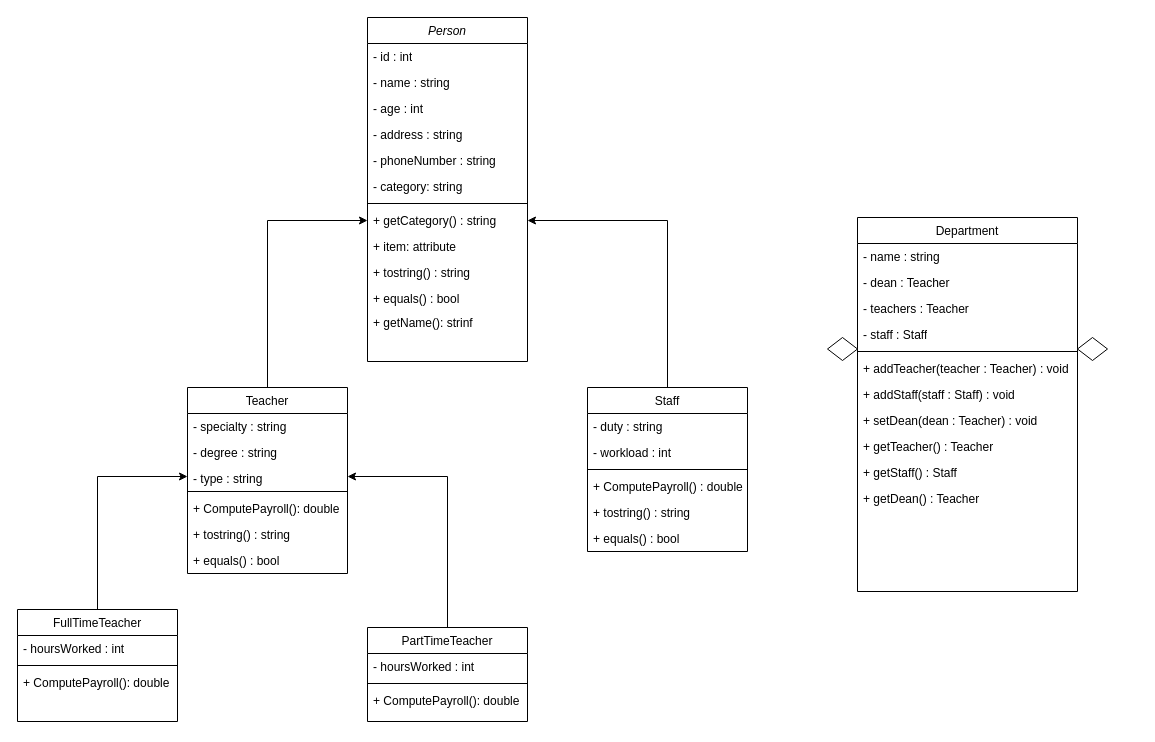
Earlier version of the draw.io diagram UML Diagram.drawio (WilliamAbrokwah/GitHub-Test). Source tidied: cells renumbered, new cells numbered last; positions are measured from the earlier drawing's top-left corner, leaving out a move shared by most shapes. Both pictures are drawn from the tidied source at 100%, with x=0, y=0 at pixel (17, 17).
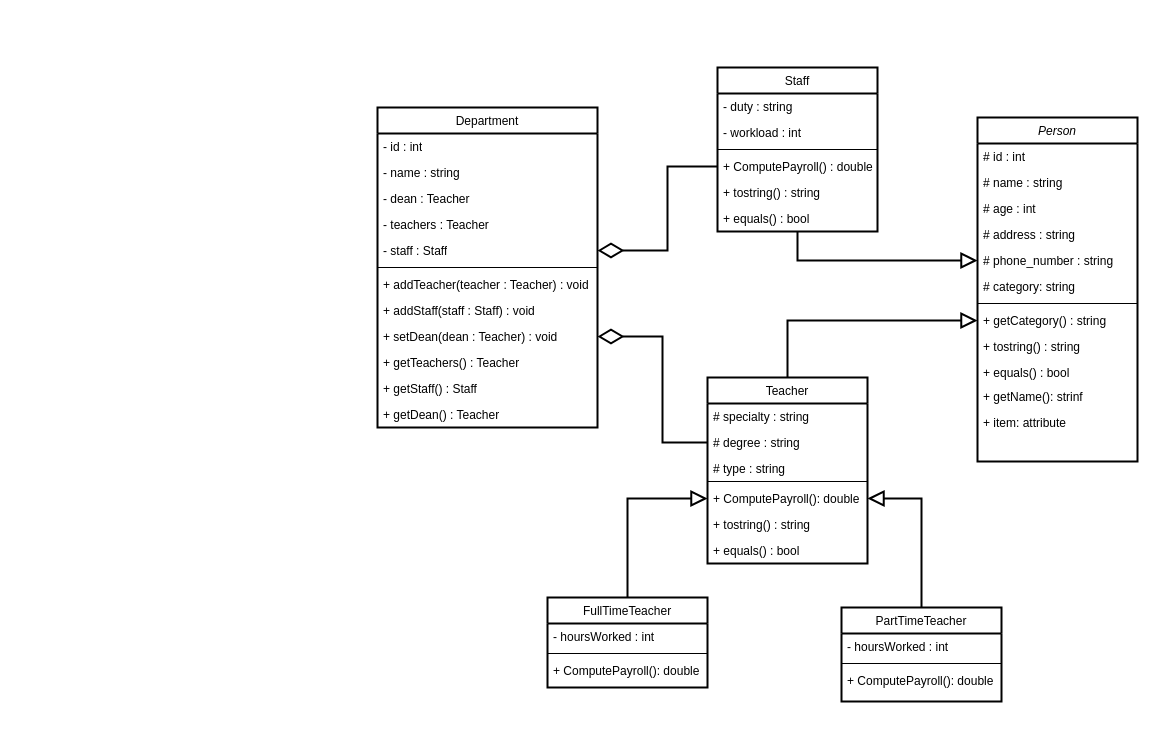
The same page after the edit.

The change refers to these unchanged cells:
```xml
<mxCell id="10" value="+ getCategory() : string" style="text;strokeColor=none;fillColor=none;align=left;verticalAlign=top;spacingLeft=4;spacingRight=4;overflow=hidden;points=[[0,0.5],[1,0.5]];portConstraint=eastwest;whiteSpace=wrap;html=1;" parent="2" vertex="1">
  <mxGeometry y="190" width="160" height="26" as="geometry" />
</mxCell>
<mxCell id="21" value="+ ComputePayroll(): double" style="text;align=left;verticalAlign=top;spacingLeft=4;spacingRight=4;overflow=hidden;points=[[0,0.5],[1,0.5]];portConstraint=eastwest;" parent="16" vertex="1">
  <mxGeometry y="108" width="160" height="26" as="geometry" />
</mxCell>
<mxCell id="29" value="+ ComputePayroll() : double" style="text;strokeColor=none;fillColor=none;align=left;verticalAlign=top;spacingLeft=4;spacingRight=4;overflow=hidden;points=[[0,0.5],[1,0.5]];portConstraint=eastwest;whiteSpace=wrap;html=1;" parent="25" vertex="1">
  <mxGeometry y="86" width="160" height="26" as="geometry" />
</mxCell>
```

The edit, as a diff of the source:
```diff
@@
-    <mxCell id="2" value="Person" style="swimlane;fontStyle=2;align=center;verticalAlign=top;horizontal=1;startSize=26;rounded=0;shadow=0;strokeWidth=1;" parent="1" vertex="1">
-      <mxGeometry x="350" width="160" height="344" as="geometry" />
+    <mxCell id="2" value="Person" style="swimlane;fontStyle=2;align=center;verticalAlign=top;horizontal=1;startSize=26;rounded=0;shadow=0;strokeWidth=2;" parent="1" vertex="1">
+      <mxGeometry x="960" y="100" width="160" height="344" as="geometry" />
     </mxCell>
-    <mxCell id="3" value="- id : int" style="text;strokeColor=none;fillColor=none;align=left;verticalAlign=top;spacingLeft=4;spacingRight=4;overflow=hidden;whiteSpace=wrap;html=1;" parent="2" vertex="1">
+    <mxCell id="3" value="# id : int" style="text;strokeColor=none;fillColor=none;align=left;verticalAlign=top;spacingLeft=4;spacingRight=4;overflow=hidden;whiteSpace=wrap;html=1;" parent="2" vertex="1">
       <mxGeometry y="26" width="160" height="26" as="geometry" />
     </mxCell>
-    <mxCell id="4" value="- name : string" style="text;align=left;verticalAlign=top;spacingLeft=4;spacingRight=4;overflow=hidden;" parent="2" vertex="1">
+    <mxCell id="4" value="# name : string" style="text;align=left;verticalAlign=top;spacingLeft=4;spacingRight=4;overflow=hidden;" parent="2" vertex="1">
       <mxGeometry y="52" width="160" height="26" as="geometry" />
     </mxCell>
-    <mxCell id="5" value="- age : int" style="text;align=left;verticalAlign=top;spacingLeft=4;spacingRight=4;overflow=hidden;rounded=0;shadow=0;html=0;" parent="2" vertex="1">
+    <mxCell id="5" value="# age : int" style="text;align=left;verticalAlign=top;spacingLeft=4;spacingRight=4;overflow=hidden;rounded=0;shadow=0;html=0;" parent="2" vertex="1">
       <mxGeometry y="78" width="160" height="26" as="geometry" />
     </mxCell>
-    <mxCell id="6" value="- address : string" style="text;align=left;verticalAlign=top;spacingLeft=4;spacingRight=4;overflow=hidden;rounded=0;shadow=0;html=0;" parent="2" vertex="1">
+    <mxCell id="6" value="# address : string" style="text;align=left;verticalAlign=top;spacingLeft=4;spacingRight=4;overflow=hidden;rounded=0;shadow=0;html=0;" parent="2" vertex="1">
       <mxGeometry y="104" width="160" height="26" as="geometry" />
     </mxCell>
-    <mxCell id="7" value="- phoneNumber : string" style="text;strokeColor=none;fillColor=none;align=left;verticalAlign=top;spacingLeft=4;spacingRight=4;overflow=hidden;points=[[0,0.5],[1,0.5]];portConstraint=eastwest;whiteSpace=wrap;html=1;" parent="2" vertex="1">
+    <mxCell id="7" value="# phone_number : string" style="text;strokeColor=none;fillColor=none;align=left;verticalAlign=top;spacingLeft=4;spacingRight=4;overflow=hidden;points=[[0,0.5],[1,0.5]];portConstraint=eastwest;whiteSpace=wrap;html=1;" parent="2" vertex="1">
       <mxGeometry y="130" width="160" height="26" as="geometry" />
     </mxCell>
-    <mxCell id="8" value="- category: string" style="text;strokeColor=none;fillColor=none;align=left;verticalAlign=top;spacingLeft=4;spacingRight=4;overflow=hidden;whiteSpace=wrap;html=1;" parent="2" vertex="1">
+    <mxCell id="8" value="# category: string" style="text;strokeColor=none;fillColor=none;align=left;verticalAlign=top;spacingLeft=4;spacingRight=4;overflow=hidden;whiteSpace=wrap;html=1;" parent="2" vertex="1">
       <mxGeometry y="156" width="160" height="26" as="geometry" />
     </mxCell>
@@
-    <mxCell id="11" value="+ item: attribute" style="text;strokeColor=none;fillColor=none;align=left;verticalAlign=top;spacingLeft=4;spacingRight=4;overflow=hidden;whiteSpace=wrap;html=1;" parent="2" vertex="1">
-      <mxGeometry y="216" width="160" height="26" as="geometry" />
-    </mxCell>
     <mxCell id="12" value="+ tostring() : string" style="text;align=left;verticalAlign=top;spacingLeft=4;spacingRight=4;overflow=hidden;" parent="2" vertex="1">
-      <mxGeometry y="242" width="160" height="26" as="geometry" />
+      <mxGeometry y="216" width="160" height="26" as="geometry" />
     </mxCell>
     <mxCell id="13" value="+ equals() : bool" style="text;strokeColor=none;fillColor=none;align=left;verticalAlign=top;spacingLeft=4;spacingRight=4;overflow=hidden;whiteSpace=wrap;html=1;" parent="2" vertex="1">
-      <mxGeometry y="268" width="160" height="24" as="geometry" />
+      <mxGeometry y="242" width="160" height="24" as="geometry" />
     </mxCell>
     <mxCell id="14" value="+ getName(): strinf" style="text;strokeColor=none;fillColor=none;align=left;verticalAlign=top;spacingLeft=4;spacingRight=4;overflow=hidden;whiteSpace=wrap;html=1;" parent="2" vertex="1">
-      <mxGeometry y="292" width="160" height="26" as="geometry" />
+      <mxGeometry y="266" width="160" height="26" as="geometry" />
     </mxCell>
+    <mxCell id="11" value="+ item: attribute" style="text;strokeColor=none;fillColor=none;align=left;verticalAlign=top;spacingLeft=4;spacingRight=4;overflow=hidden;whiteSpace=wrap;html=1;" parent="2" vertex="1">
+      <mxGeometry y="292" width="160" height="26" as="geometry" />
+    </mxCell>
-    <mxCell id="15" style="edgeStyle=orthogonalEdgeStyle;rounded=0;jettySize=auto;html=1;entryX=0;entryY=0.5;entryDx=0;entryDy=0;" parent="1" edge="1" source="16" target="10">
+    <mxCell id="15" style="edgeStyle=orthogonalEdgeStyle;rounded=0;jettySize=auto;html=1;entryX=0;entryY=0.5;entryDx=0;entryDy=0;strokeWidth=2;endSize=12;endArrow=block;endFill=0;" parent="1" edge="1" source="16" target="10">
       <mxGeometry relative="1" as="geometry" />
     </mxCell>
-    <mxCell id="16" value="Teacher" style="swimlane;fontStyle=0;align=center;verticalAlign=top;horizontal=1;startSize=26;rounded=0;shadow=0;strokeWidth=1;" parent="1" vertex="1">
-      <mxGeometry x="170" y="370" width="160" height="186" as="geometry" />
+    <mxCell id="16" value="Teacher" style="swimlane;fontStyle=0;align=center;verticalAlign=top;horizontal=1;startSize=26;rounded=0;shadow=0;strokeWidth=2;" parent="1" vertex="1">
+      <mxGeometry x="690" y="360" width="160" height="186" as="geometry" />
     </mxCell>
-    <mxCell id="17" value="- specialty : string" style="text;align=left;verticalAlign=top;spacingLeft=4;spacingRight=4;overflow=hidden;" parent="16" vertex="1">
+    <mxCell id="17" value="# specialty : string" style="text;align=left;verticalAlign=top;spacingLeft=4;spacingRight=4;overflow=hidden;" parent="16" vertex="1">
       <mxGeometry y="26" width="160" height="26" as="geometry" />
     </mxCell>
-    <mxCell id="18" value="- degree : string" style="text;align=left;verticalAlign=top;spacingLeft=4;spacingRight=4;overflow=hidden;points=[[0,0.5],[1,0.5]];portConstraint=eastwest;rounded=0;shadow=0;html=0;" parent="16" vertex="1">
+    <mxCell id="18" value="# degree : string" style="text;align=left;verticalAlign=top;spacingLeft=4;spacingRight=4;overflow=hidden;points=[[0,0.5],[1,0.5]];portConstraint=eastwest;rounded=0;shadow=0;html=0;" parent="16" vertex="1">
       <mxGeometry y="52" width="160" height="26" as="geometry" />
     </mxCell>
-    <mxCell id="19" value="- type : string" style="text;strokeColor=none;fillColor=none;align=left;verticalAlign=top;spacingLeft=4;spacingRight=4;overflow=hidden;points=[[0,0.5],[1,0.5]];portConstraint=eastwest;whiteSpace=wrap;html=1;" parent="16" vertex="1">
+    <mxCell id="19" value="# type : string" style="text;strokeColor=none;fillColor=none;align=left;verticalAlign=top;spacingLeft=4;spacingRight=4;overflow=hidden;points=[[0,0.5],[1,0.5]];portConstraint=eastwest;whiteSpace=wrap;html=1;" parent="16" vertex="1">
       <mxGeometry y="78" width="160" height="22" as="geometry" />
     </mxCell>
@@
-    <mxCell id="24" style="edgeStyle=orthogonalEdgeStyle;rounded=0;jettySize=auto;html=1;entryX=1;entryY=0.5;entryDx=0;entryDy=0;" parent="1" edge="1" source="25" target="10">
-      <mxGeometry relative="1" as="geometry" />
-    </mxCell>
+    <mxCell id="56" style="edgeStyle=orthogonalEdgeStyle;rounded=0;jettySize=auto;html=1;strokeWidth=2;endSize=12;endArrow=block;endFill=0;" parent="1" edge="1" source="25" target="7">
+      <mxGeometry relative="1" as="geometry" />
+    </mxCell>
-    <mxCell id="25" value="Staff" style="swimlane;fontStyle=0;align=center;verticalAlign=top;horizontal=1;startSize=26;rounded=0;shadow=0;strokeWidth=1;" parent="1" vertex="1">
-      <mxGeometry x="570" y="370" width="160" height="164" as="geometry" />
+    <mxCell id="25" value="Staff" style="swimlane;fontStyle=0;align=center;verticalAlign=top;horizontal=1;startSize=26;rounded=0;shadow=0;strokeWidth=2;" parent="1" vertex="1">
+      <mxGeometry x="700" y="50" width="160" height="164" as="geometry" />
     </mxCell>
@@
-    <mxCell id="32" value="Department" style="swimlane;fontStyle=0;align=center;verticalAlign=top;horizontal=1;startSize=26;rounded=0;shadow=0;strokeWidth=1;" parent="1" vertex="1">
-      <mxGeometry x="840" y="200" width="220" height="374" as="geometry" />
+    <mxCell id="32" value="Department" style="swimlane;fontStyle=0;align=center;verticalAlign=top;horizontal=1;startSize=26;rounded=0;shadow=0;strokeWidth=2;" parent="1" vertex="1">
+      <mxGeometry x="360" y="90" width="220" height="320" as="geometry" />
     </mxCell>
+    <mxCell id="57" value="- id : int" style="text;strokeColor=none;fillColor=none;align=left;verticalAlign=top;spacingLeft=4;spacingRight=4;overflow=hidden;whiteSpace=wrap;html=1;" parent="32" vertex="1">
+      <mxGeometry y="26" width="220" height="26" as="geometry" />
+    </mxCell>
     <mxCell id="33" value="- name : string" style="text;strokeColor=none;fillColor=none;align=left;verticalAlign=top;spacingLeft=4;spacingRight=4;overflow=hidden;whiteSpace=wrap;html=1;" parent="32" vertex="1">
-      <mxGeometry y="26" width="220" height="26" as="geometry" />
+      <mxGeometry y="52" width="220" height="26" as="geometry" />
     </mxCell>
     <mxCell id="34" value="- dean : Teacher" style="text;align=left;verticalAlign=top;spacingLeft=4;spacingRight=4;overflow=hidden;rounded=0;shadow=0;html=0;" parent="32" vertex="1">
-      <mxGeometry y="52" width="220" height="26" as="geometry" />
+      <mxGeometry y="78" width="220" height="26" as="geometry" />
     </mxCell>
     <mxCell id="35" value="- teachers : Teacher" style="text;strokeColor=none;fillColor=none;align=left;verticalAlign=top;spacingLeft=4;spacingRight=4;overflow=hidden;whiteSpace=wrap;html=1;" parent="32" vertex="1">
-      <mxGeometry y="78" width="220" height="26" as="geometry" />
+      <mxGeometry y="104" width="220" height="26" as="geometry" />
     </mxCell>
     <mxCell id="36" value="- staff : Staff" style="text;strokeColor=none;fillColor=none;align=left;verticalAlign=top;spacingLeft=4;spacingRight=4;overflow=hidden;points=[[0,0.5],[1,0.5]];portConstraint=eastwest;whiteSpace=wrap;html=1;" parent="32" vertex="1">
-      <mxGeometry y="104" width="220" height="26" as="geometry" />
+      <mxGeometry y="130" width="220" height="26" as="geometry" />
     </mxCell>
     <mxCell id="37" style="line;html=1;strokeWidth=1;align=left;verticalAlign=middle;spacingTop=-1;spacingLeft=3;spacingRight=3;labelPosition=right;" parent="32" vertex="1">
-      <mxGeometry y="130" width="220" height="8" as="geometry" />
+      <mxGeometry y="156" width="220" height="8" as="geometry" />
     </mxCell>
     <mxCell id="38" value="+ addTeacher(teacher : Teacher) : void" style="text;align=left;verticalAlign=top;spacingLeft=4;spacingRight=4;overflow=hidden;" parent="32" vertex="1">
-      <mxGeometry y="138" width="220" height="26" as="geometry" />
+      <mxGeometry y="164" width="220" height="26" as="geometry" />
     </mxCell>
     <mxCell id="39" value="+ addStaff(staff : Staff) : void" style="text;align=left;verticalAlign=top;spacingLeft=4;spacingRight=4;overflow=hidden;" parent="32" vertex="1">
-      <mxGeometry y="164" width="220" height="26" as="geometry" />
+      <mxGeometry y="190" width="220" height="26" as="geometry" />
     </mxCell>
     <mxCell id="40" value="+ setDean(dean : Teacher) : void" style="text;strokeColor=none;fillColor=none;align=left;verticalAlign=top;spacingLeft=4;spacingRight=4;overflow=hidden;points=[[0,0.5],[1,0.5]];portConstraint=eastwest;whiteSpace=wrap;html=1;" parent="32" vertex="1">
-      <mxGeometry y="190" width="220" height="26" as="geometry" />
+      <mxGeometry y="216" width="220" height="26" as="geometry" />
     </mxCell>
-    <mxCell id="41" value="+ getTeacher() : Teacher" style="text;strokeColor=none;fillColor=none;align=left;verticalAlign=top;spacingLeft=4;spacingRight=4;overflow=hidden;whiteSpace=wrap;html=1;" parent="32" vertex="1">
-      <mxGeometry y="216" width="220" height="26" as="geometry" />
+    <mxCell id="41" value="+ getTeachers() : Teacher" style="text;strokeColor=none;fillColor=none;align=left;verticalAlign=top;spacingLeft=4;spacingRight=4;overflow=hidden;whiteSpace=wrap;html=1;" parent="32" vertex="1">
+      <mxGeometry y="242" width="220" height="26" as="geometry" />
     </mxCell>
     <mxCell id="42" value="+ getStaff() : Staff" style="text;strokeColor=none;fillColor=none;align=left;verticalAlign=top;spacingLeft=4;spacingRight=4;overflow=hidden;whiteSpace=wrap;html=1;" parent="32" vertex="1">
-      <mxGeometry y="242" width="220" height="26" as="geometry" />
+      <mxGeometry y="268" width="220" height="26" as="geometry" />
     </mxCell>
     <mxCell id="43" value="+ getDean() : Teacher" style="text;strokeColor=none;fillColor=none;align=left;verticalAlign=top;spacingLeft=4;spacingRight=4;overflow=hidden;whiteSpace=wrap;html=1;" parent="32" vertex="1">
-      <mxGeometry y="268" width="220" height="26" as="geometry" />
+      <mxGeometry y="294" width="220" height="26" as="geometry" />
     </mxCell>
-    <mxCell id="44" style="edgeStyle=orthogonalEdgeStyle;rounded=0;jettySize=auto;html=1;" parent="1" edge="1" source="45" target="19">
+    <mxCell id="44" style="edgeStyle=orthogonalEdgeStyle;rounded=0;jettySize=auto;html=1;endArrow=block;endFill=0;fontSize=12;strokeWidth=2;endSize=12;entryX=0;entryY=0.5;entryDx=0;entryDy=0;" parent="1" edge="1" source="45" target="21">
       <mxGeometry relative="1" as="geometry" />
     </mxCell>
-    <mxCell id="45" value="FullTimeTeacher" style="swimlane;fontStyle=0;align=center;verticalAlign=top;horizontal=1;startSize=26;rounded=0;shadow=0;strokeWidth=1;" parent="1" vertex="1">
-      <mxGeometry y="592" width="160" height="112" as="geometry" />
+    <mxCell id="45" value="FullTimeTeacher" style="swimlane;fontStyle=0;align=center;verticalAlign=top;horizontal=1;startSize=26;rounded=0;shadow=0;strokeWidth=2;" parent="1" vertex="1">
+      <mxGeometry x="530" y="580" width="160" height="90" as="geometry" />
     </mxCell>
@@
-    <mxCell id="49" style="edgeStyle=orthogonalEdgeStyle;rounded=0;jettySize=auto;html=1;entryX=1;entryY=0.5;entryDx=0;entryDy=0;" parent="1" edge="1" source="50" target="19">
+    <mxCell id="49" style="edgeStyle=orthogonalEdgeStyle;rounded=0;jettySize=auto;html=1;entryX=1;entryY=0.5;entryDx=0;entryDy=0;endArrow=block;endFill=0;endSize=12;strokeWidth=2;" parent="1" edge="1" source="50" target="21">
       <mxGeometry relative="1" as="geometry" />
     </mxCell>
-    <mxCell id="50" value="PartTimeTeacher" style="swimlane;fontStyle=0;align=center;verticalAlign=top;horizontal=1;startSize=26;rounded=0;shadow=0;strokeWidth=1;" parent="1" vertex="1">
-      <mxGeometry x="350" y="610" width="160" height="94" as="geometry" />
+    <mxCell id="50" value="PartTimeTeacher" style="swimlane;fontStyle=0;align=center;verticalAlign=top;horizontal=1;startSize=26;rounded=0;shadow=0;strokeWidth=2;" parent="1" vertex="1">
+      <mxGeometry x="824" y="590" width="160" height="94" as="geometry" />
     </mxCell>
@@
-    <mxCell id="54" style="rhombus;whiteSpace=wrap;html=1;" parent="1" vertex="1">
-      <mxGeometry x="1060" y="320" width="30" height="23" as="geometry" />
-    </mxCell>
-    <mxCell id="55" style="rhombus;whiteSpace=wrap;html=1;" parent="1" vertex="1">
-      <mxGeometry x="810" y="320" width="30" height="23" as="geometry" />
-    </mxCell>
+    <mxCell id="58" style="edgeStyle=orthogonalEdgeStyle;rounded=0;jettySize=auto;html=1;entryX=1;entryY=0.5;entryDx=0;entryDy=0;strokeWidth=2;endSize=21;endArrow=diamondThin;endFill=0;" parent="1" edge="1" source="18" target="40">
+      <mxGeometry relative="1" as="geometry" />
+    </mxCell>
+    <mxCell id="59" style="edgeStyle=orthogonalEdgeStyle;rounded=0;jettySize=auto;html=1;entryX=1;entryY=0.5;entryDx=0;entryDy=0;strokeWidth=2;endSize=21;endArrow=diamondThin;endFill=0;" parent="1" edge="1" source="29" target="36">
+      <mxGeometry relative="1" as="geometry" />
+    </mxCell>
```
